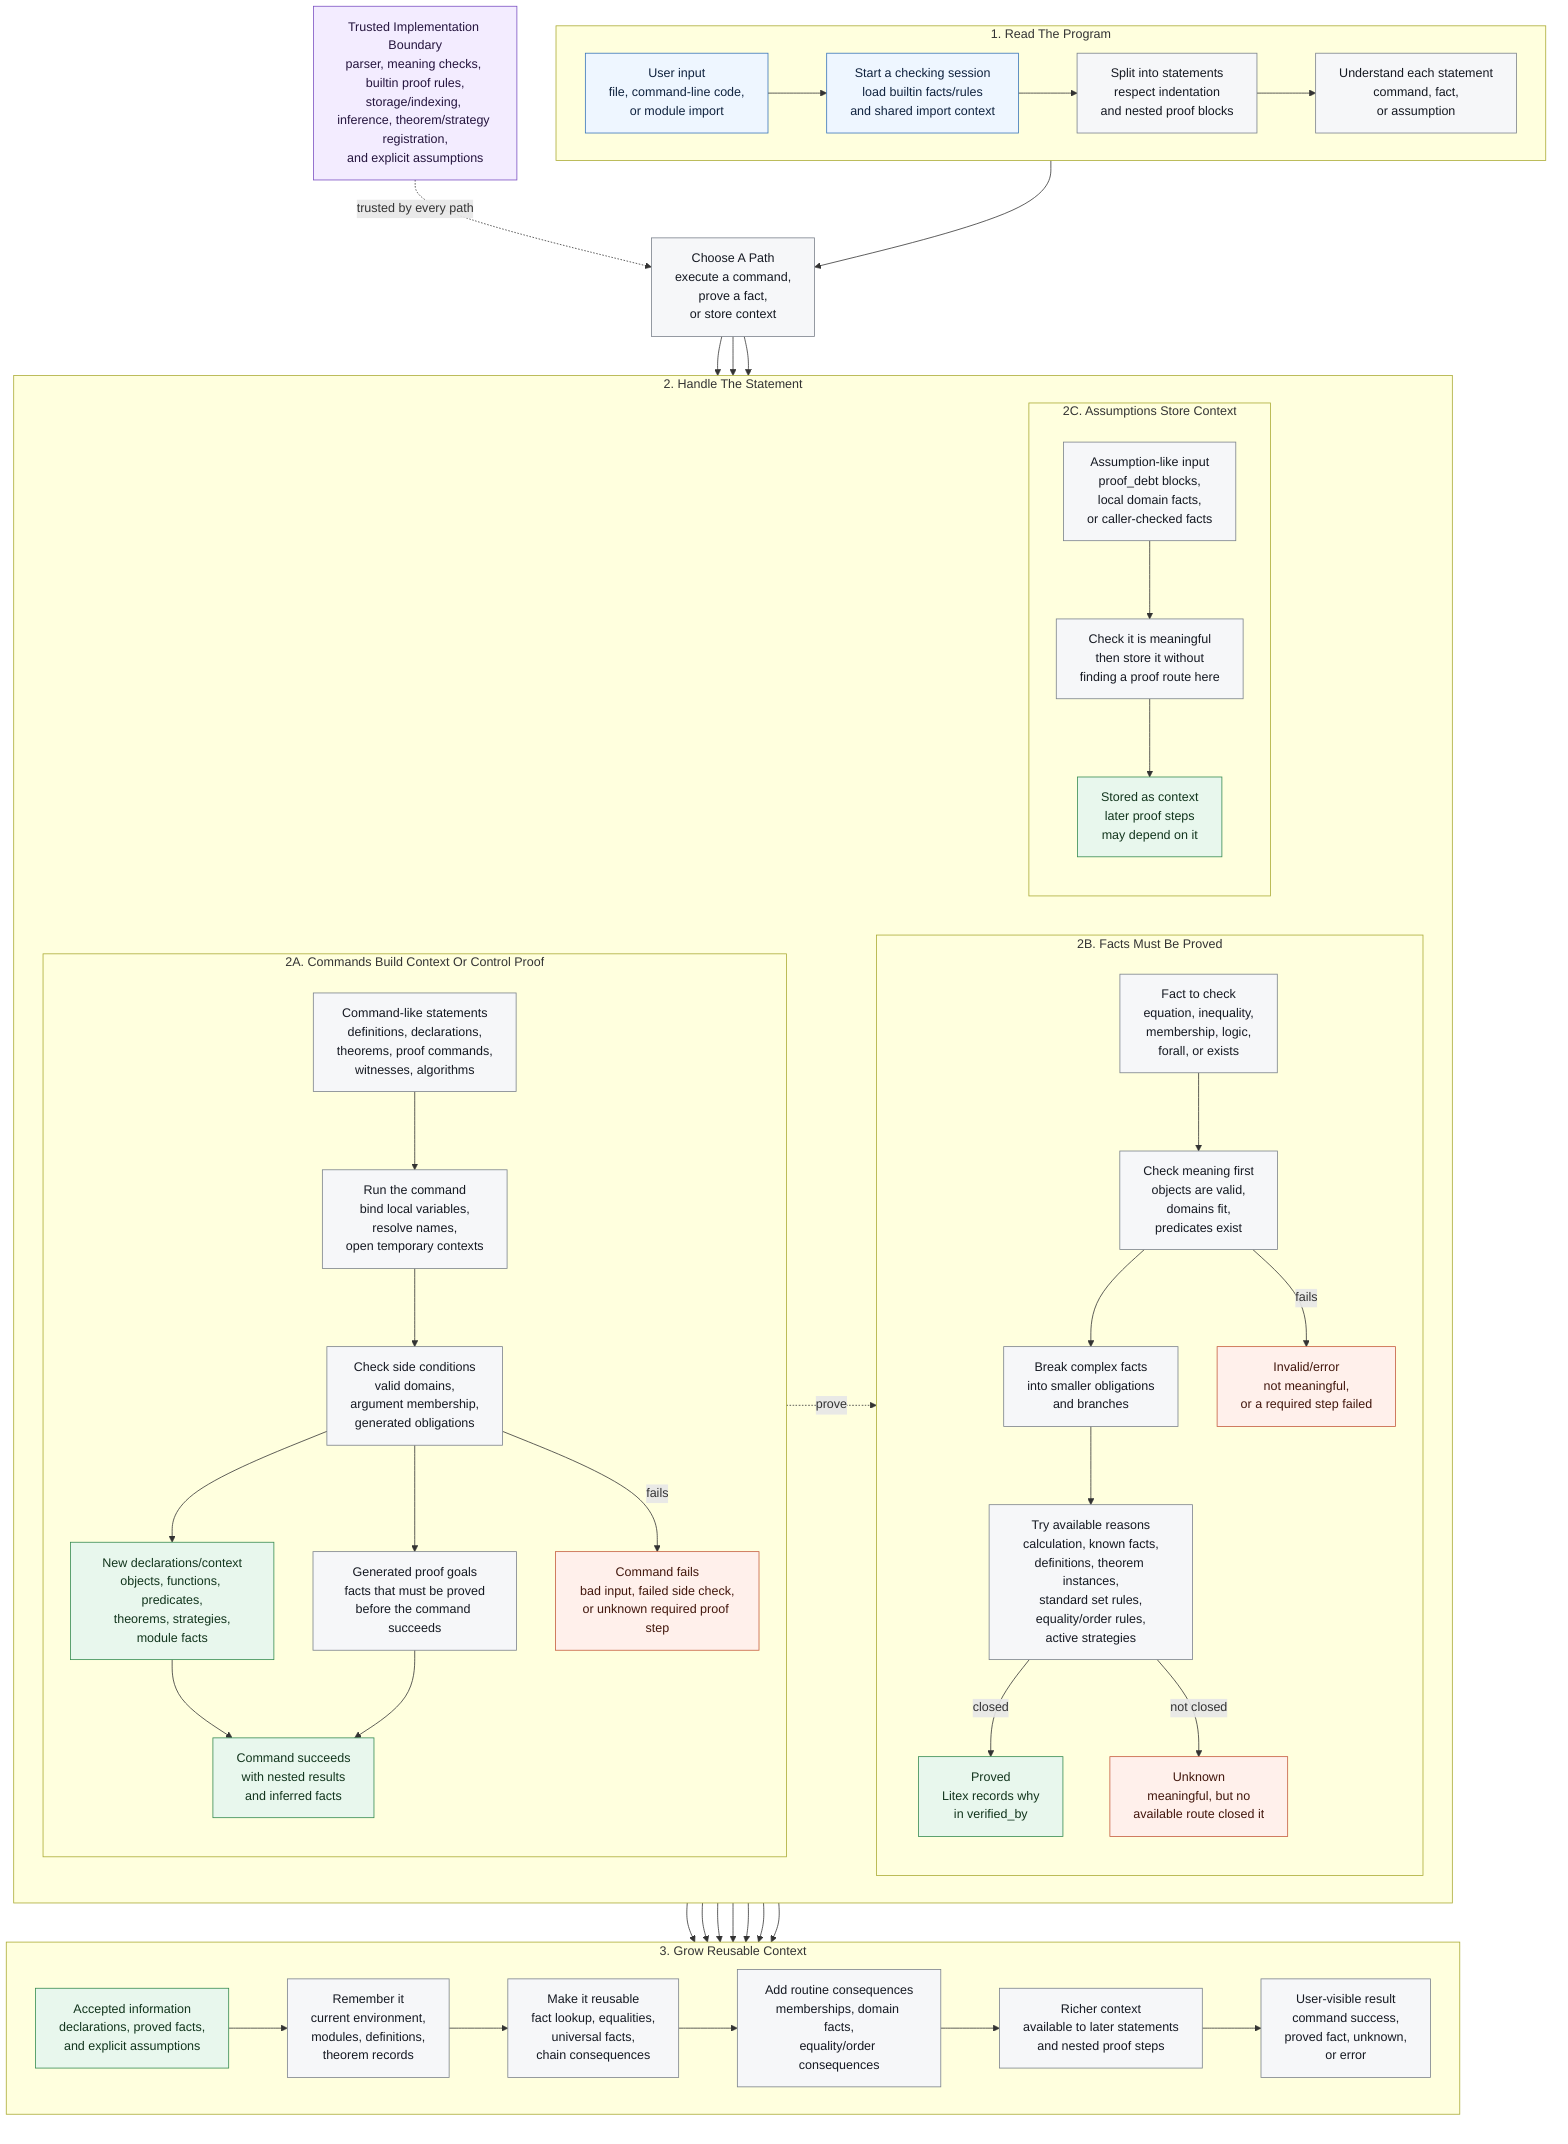
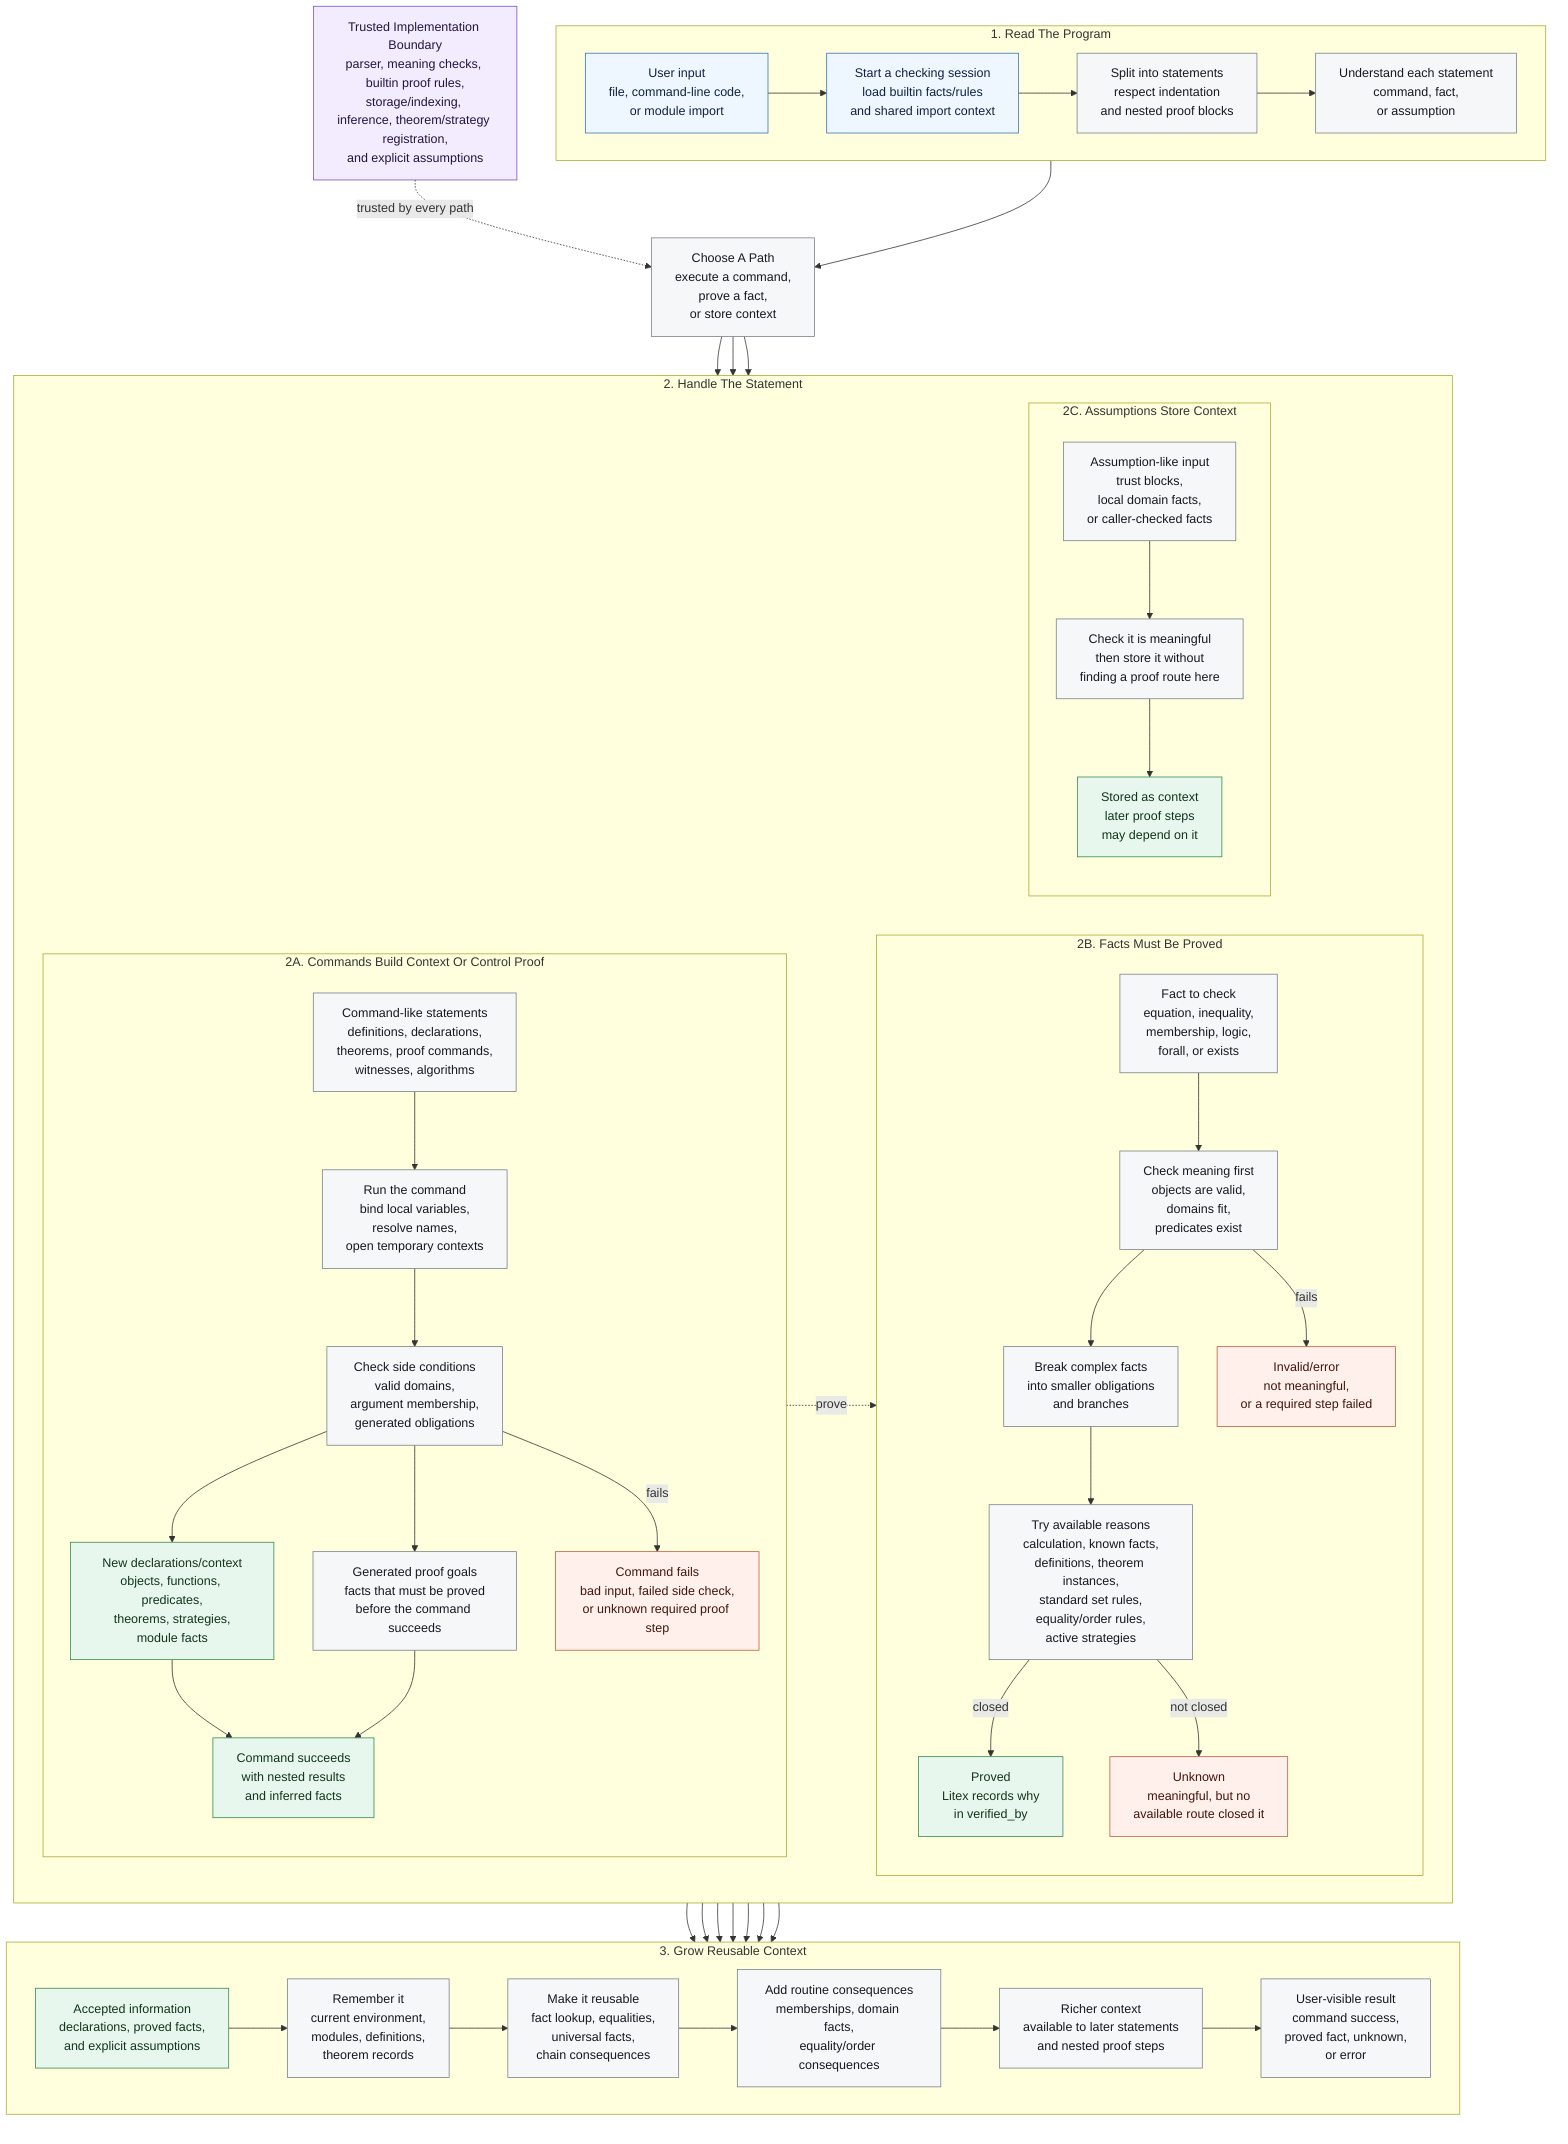
%% Litex whole-run flow.
%% Editable asset source for verifier-flow experiments.
%% Keep labels reader-facing: describe each stage, not Rust function names.
%% The README PNG can be manually laid out from this structure for readability.
flowchart TB
    subgraph source["1. Read The Program"]
        direction LR
        input["User input<br/>file, command-line code,<br/>or module import"]
        session["Start a checking session<br/>load builtin facts/rules<br/>and shared import context"]
        blocks["Split into statements<br/>respect indentation<br/>and nested proof blocks"]
        understand["Understand each statement<br/>command, fact,<br/>or assumption"]

        input --> session --> blocks --> understand
    end

    dispatch["Choose A Path<br/>execute a command,<br/>prove a fact,<br/>or store context"]

    subgraph paths["2. Handle The Statement"]
        direction LR

        subgraph command_path["2A. Commands Build Context Or Control Proof"]
            direction TB
            command_kinds["Command-like statements<br/>definitions, declarations,<br/>theorems, proof commands,<br/>witnesses, algorithms"]
            command_work["Run the command<br/>bind local variables,<br/>resolve names,<br/>open temporary contexts"]
            side_checks["Check side conditions<br/>valid domains,<br/>argument membership,<br/>generated obligations"]
            new_decls["New declarations/context<br/>objects, functions, predicates,<br/>theorems, strategies,<br/>module facts"]
            command_goals["Generated proof goals<br/>facts that must be proved<br/>before the command succeeds"]
            command_done["Command succeeds<br/>with nested results<br/>and inferred facts"]
            command_bad["Command fails<br/>bad input, failed side check,<br/>or unknown required proof step"]

            command_kinds --> command_work --> side_checks
            side_checks --> new_decls --> command_done
            side_checks --> command_goals --> command_done
            side_checks -->|"fails"| command_bad
        end

        subgraph fact_path["2B. Facts Must Be Proved"]
            direction TB
            fact_input["Fact to check<br/>equation, inequality,<br/>membership, logic,<br/>forall, or exists"]
            meaningful["Check meaning first<br/>objects are valid,<br/>domains fit,<br/>predicates exist"]
            split_fact["Break complex facts<br/>into smaller obligations<br/>and branches"]
            search["Try available reasons<br/>calculation, known facts,<br/>definitions, theorem instances,<br/>standard set rules,<br/>equality/order rules,<br/>active strategies"]
            proved["Proved<br/>Litex records why<br/>in verified_by"]
            unknown["Unknown<br/>meaningful, but no<br/>available route closed it"]
            invalid["Invalid/error<br/>not meaningful,<br/>or a required step failed"]

            fact_input --> meaningful --> split_fact --> search
            search -->|"closed"| proved
            search -->|"not closed"| unknown
            meaningful -->|"fails"| invalid
        end

        subgraph assume_path["2C. Assumptions Store Context"]
            direction TB
-             assume_input["Assumption-like input<br/>proof_debt blocks,<br/>local domain facts,<br/>or caller-checked facts"]
+             assume_input["Assumption-like input<br/>trust blocks,<br/>local domain facts,<br/>or caller-checked facts"]
            assume_check["Check it is meaningful<br/>then store it without<br/>finding a proof route here"]
            assumed["Stored as context<br/>later proof steps<br/>may depend on it"]

            assume_input --> assume_check --> assumed
        end
    end

    subgraph context["3. Grow Reusable Context"]
        direction LR
        accepted["Accepted information<br/>declarations, proved facts,<br/>and explicit assumptions"]
        remember["Remember it<br/>current environment,<br/>modules, definitions,<br/>theorem records"]
        index["Make it reusable<br/>fact lookup, equalities,<br/>universal facts,<br/>chain consequences"]
        infer["Add routine consequences<br/>memberships, domain facts,<br/>equality/order consequences"]
        reuse["Richer context<br/>available to later statements<br/>and nested proof steps"]
        output["User-visible result<br/>command success,<br/>proved fact, unknown,<br/>or error"]

        accepted --> remember --> index --> infer --> reuse --> output
    end

    boundary["Trusted Implementation Boundary<br/>parser, meaning checks, builtin proof rules,<br/>storage/indexing, inference, theorem/strategy registration,<br/>and explicit assumptions"]

    understand --> dispatch
    dispatch --> command_kinds
    dispatch --> fact_input
    dispatch --> assume_input

    command_goals -. "prove" .-> fact_input
    new_decls --> accepted
    command_done --> output
    command_bad --> output
    proved --> accepted
    assumed --> accepted
    unknown --> output
    invalid --> output
    boundary -. "trusted by every path" .-> dispatch

    classDef input fill:#eef6ff,stroke:#3673b8,color:#10233f;
    classDef process fill:#f6f7f9,stroke:#79808a,color:#151922;
    classDef success fill:#e8f7ed,stroke:#348a50,color:#12351d;
    classDef warn fill:#fff0eb,stroke:#c45b3c,color:#42170d;
    classDef trusted fill:#f3ecff,stroke:#7a4fc2,color:#25153e;

    class input,session input;
    class blocks,understand,dispatch,command_kinds,command_work,side_checks,command_goals,fact_input,meaningful,split_fact,search,assume_input,assume_check,remember,index,infer,reuse,output process;
    class new_decls,command_done,proved,assumed,accepted success;
    class unknown,invalid,command_bad warn;
    class boundary trusted;
